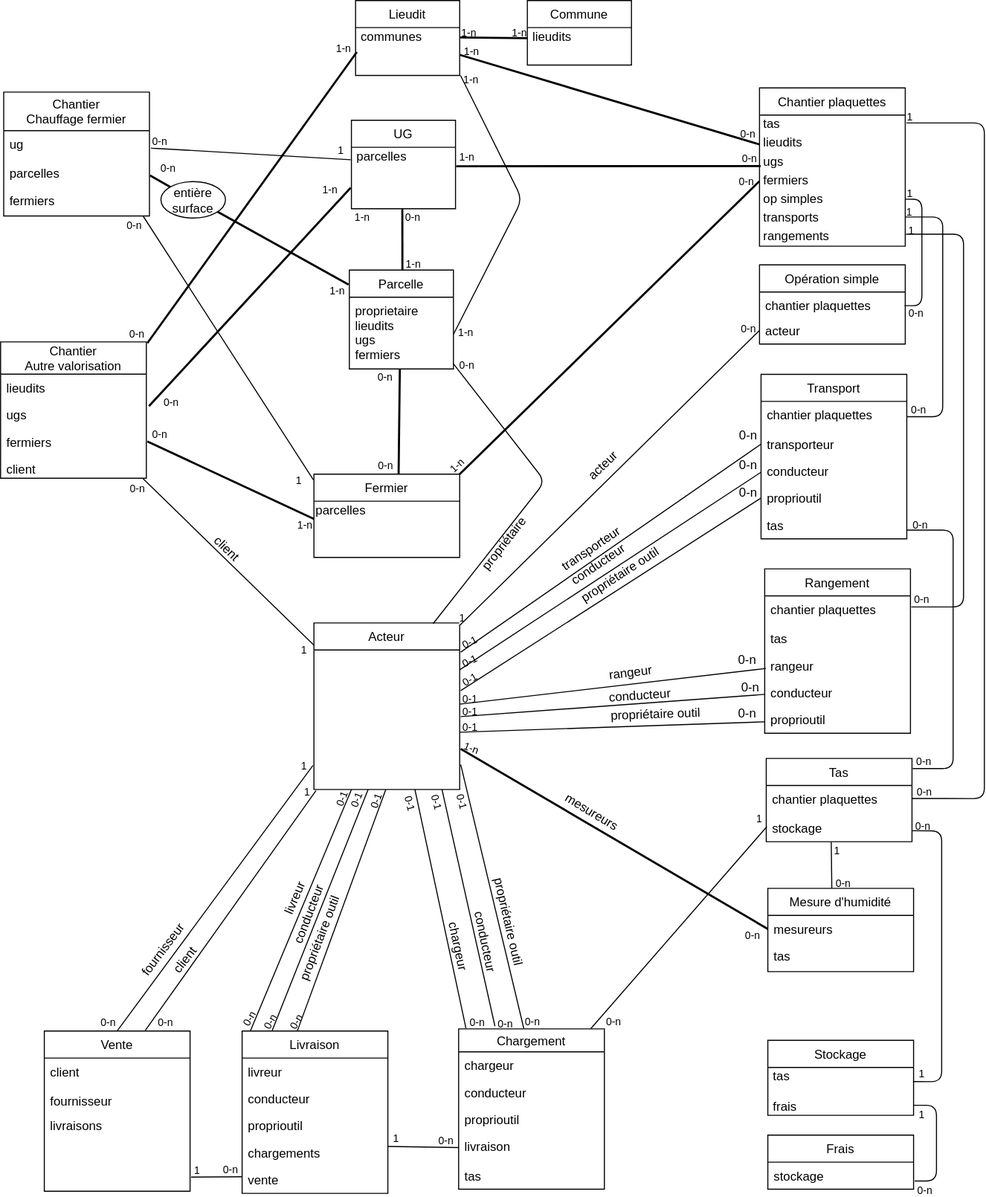
bdlarzac/chantiers keeps this draw.io diagram as doc/schema-bdd-bdl.svg. Above is the earlier version. Source tidied: cells renumbered, new cells last; positions are measured from the earlier drawing's top-left corner, leaving out a move shared by most shapes.
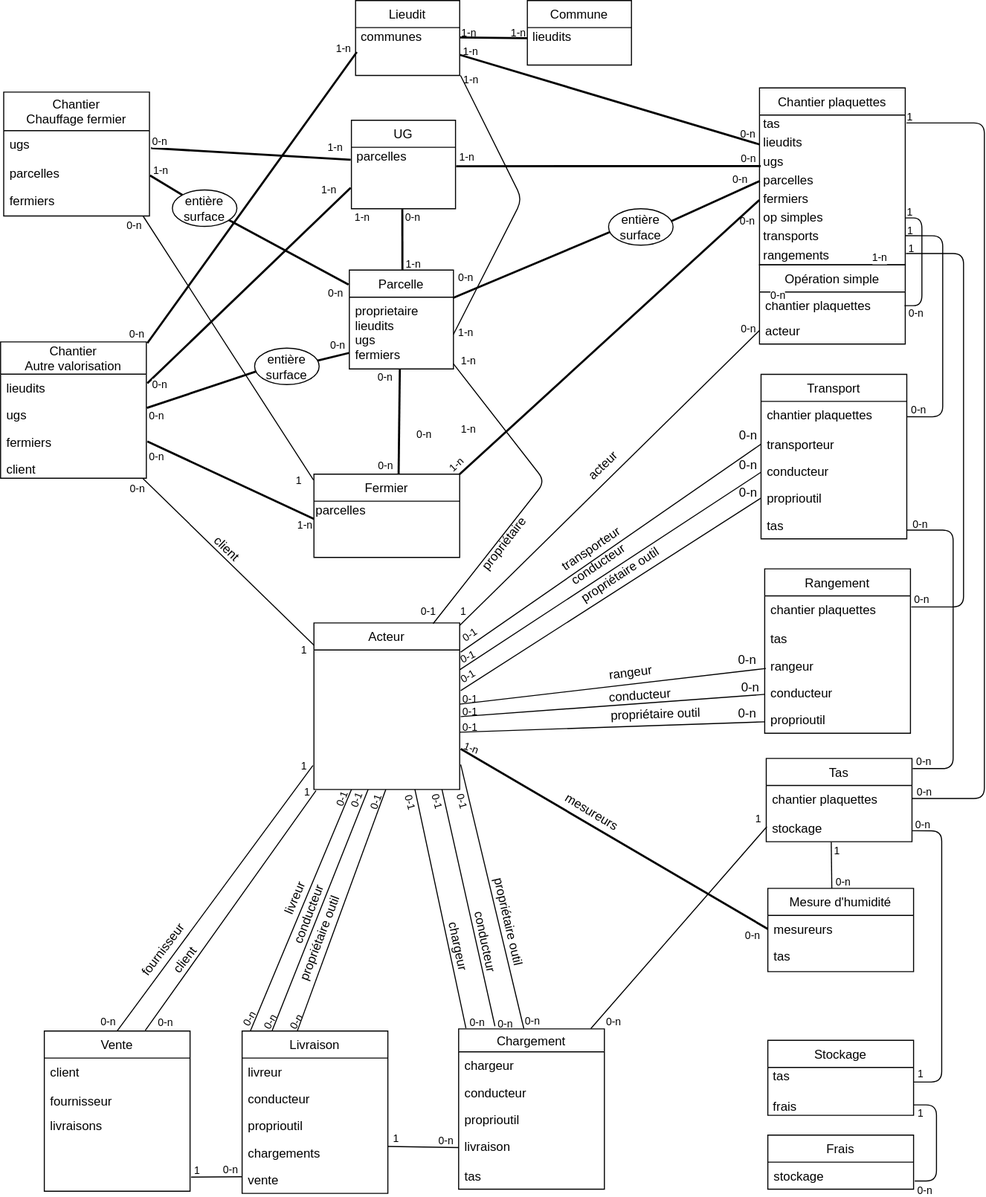
After the commit.

What changed in the source:
```diff
@@ -18,12 +18,12 @@
       </mxGeometry>
     </mxCell>
     <mxCell id="5" value="0-1" style="html=1;align=left;verticalAlign=bottom;labelBackgroundColor=#ffffff;fontSize=10;rotation=329;" parent="1" vertex="1">
-      <mxGeometry x="440" y="650" as="geometry">
+      <mxGeometry x="438" y="647" as="geometry">
         <mxPoint x="-1" y="16" as="offset" />
       </mxGeometry>
     </mxCell>
     <mxCell id="6" value="0-1" style="html=1;align=left;verticalAlign=bottom;labelBackgroundColor=#ffffff;fontSize=10;rotation=334;" parent="1" vertex="1">
-      <mxGeometry x="440" y="631" as="geometry">
+      <mxGeometry x="438" y="627" as="geometry">
         <mxPoint x="-1" y="16" as="offset" />
       </mxGeometry>
     </mxCell>
@@ -122,7 +122,7 @@
     </mxCell>
     <mxCell id="28" value="0-n" style="html=1;align=left;verticalAlign=bottom;labelBackgroundColor=none;fontSize=10;" parent="27" vertex="1">
       <mxGeometry x="-1" relative="1" as="geometry">
-        <mxPoint x="3.2" y="1.7" as="offset" />
+        <mxPoint y="23" as="offset" />
       </mxGeometry>
     </mxCell>
     <mxCell id="29" value="1-n" style="html=1;align=right;verticalAlign=bottom;labelBackgroundColor=none;fontSize=10;" parent="27" vertex="1">
@@ -130,7 +130,7 @@
         <mxPoint x="-1.1" y="14.3" as="offset" />
       </mxGeometry>
     </mxCell>
-    <mxCell id="30" style="endArrow=none;html=1;strokeWidth=1;exitX=1.011;exitY=0.599;exitDx=0;exitDy=0;exitPerimeter=0;entryX=-0.007;entryY=0.203;entryDx=0;entryDy=0;entryPerimeter=0;" parent="1" edge="1" source="131" target="142">
+    <mxCell id="30" style="endArrow=none;html=1;strokeWidth=2;exitX=1.011;exitY=0.599;exitDx=0;exitDy=0;exitPerimeter=0;entryX=-0.007;entryY=0.203;entryDx=0;entryDy=0;entryPerimeter=0;" parent="1" edge="1" source="131" target="142">
       <mxGeometry relative="1" as="geometry" />
     </mxCell>
     <mxCell id="31" value="0-n" style="html=1;align=left;verticalAlign=bottom;labelBackgroundColor=#ffffff;fontSize=10;" parent="30" vertex="1">
@@ -138,9 +138,9 @@
         <mxPoint x="-0.5" y="1.2" as="offset" />
       </mxGeometry>
     </mxCell>
-    <mxCell id="32" value="1" style="html=1;align=right;verticalAlign=bottom;labelBackgroundColor=#ffffff;fontSize=10;" parent="30" vertex="1">
+    <mxCell id="32" value="1-n" style="html=1;align=right;verticalAlign=bottom;labelBackgroundColor=#ffffff;fontSize=10;" parent="30" vertex="1">
       <mxGeometry x="1" relative="1" as="geometry">
-        <mxPoint x="-6.4" y="-1.4" as="offset" />
+        <mxPoint x="-7" y="-4" as="offset" />
       </mxGeometry>
     </mxCell>
     <mxCell id="33" style="endArrow=none;html=1;strokeWidth=2;entryX=-0.008;entryY=0.146;entryDx=0;entryDy=0;entryPerimeter=0;exitX=0.866;exitY=0.816;exitDx=0;exitDy=0;exitPerimeter=0;" parent="1" edge="1" source="127" target="139">
@@ -148,12 +148,12 @@
     </mxCell>
     <mxCell id="34" value="0-n" style="html=1;align=left;verticalAlign=bottom;labelBackgroundColor=#ffffff;fontSize=10;" parent="33" vertex="1">
       <mxGeometry x="-1" relative="1" as="geometry">
-        <mxPoint x="231.3" y="155.4" as="offset" />
+        <mxPoint x="94" y="79" as="offset" />
       </mxGeometry>
     </mxCell>
     <mxCell id="35" value="1-n" style="html=1;align=right;verticalAlign=bottom;labelBackgroundColor=#ffffff;fontSize=10;" parent="33" vertex="1">
       <mxGeometry x="1" relative="1" as="geometry">
-        <mxPoint x="-3.5" y="14" as="offset" />
+        <mxPoint x="123" y="82" as="offset" />
       </mxGeometry>
     </mxCell>
     <mxCell id="36" style="endArrow=none;html=1;strokeWidth=2;entryX=0;entryY=0.5;entryDx=0;entryDy=0;" parent="1" edge="1" target="188">
@@ -174,7 +174,7 @@
     <mxCell id="39" style="endArrow=none;html=1;strokeWidth=1;edgeStyle=orthogonalEdgeStyle;entryX=0.995;entryY=0.549;entryDx=0;entryDy=0;entryPerimeter=0;exitX=0.999;exitY=0.492;exitDx=0;exitDy=0;exitPerimeter=0;" parent="1" edge="1" source="184" target="177">
       <mxGeometry relative="1" as="geometry">
         <Array as="points">
-          <mxPoint x="885" y="191" />
+          <mxPoint x="885" y="209" />
           <mxPoint x="885" y="293" />
         </Array>
       </mxGeometry>
@@ -193,7 +193,7 @@
       <mxGeometry relative="1" as="geometry">
         <Array as="points">
           <mxPoint x="905" y="400" />
-          <mxPoint x="905" y="208" />
+          <mxPoint x="905" y="226" />
         </Array>
       </mxGeometry>
     </mxCell>
@@ -304,8 +304,8 @@
         <mxPoint x="-19" y="8.3" as="offset" />
       </mxGeometry>
     </mxCell>
-    <mxCell id="65" value="0-1" style="html=1;align=left;verticalAlign=bottom;labelBackgroundColor=#ffffff;fontSize=10;rotation=334;" parent="1" vertex="1">
-      <mxGeometry x="440" y="613" as="geometry">
+    <mxCell id="65" value="0-1" style="html=1;align=left;verticalAlign=bottom;labelBackgroundColor=#ffffff;fontSize=10;rotation=326;" parent="1" vertex="1">
+      <mxGeometry x="440" y="607" as="geometry">
         <mxPoint x="-1" y="16" as="offset" />
       </mxGeometry>
     </mxCell>
@@ -389,7 +389,7 @@
       </mxGeometry>
     </mxCell>
     <mxCell id="87" value="1" style="html=1;align=left;verticalAlign=bottom;labelBackgroundColor=#ffffff;fontSize=10;" parent="1" vertex="1">
-      <mxGeometry x="440" y="585" as="geometry">
+      <mxGeometry x="441" y="579" as="geometry">
         <mxPoint x="-1" y="16" as="offset" />
       </mxGeometry>
     </mxCell>
@@ -404,9 +404,9 @@
     <mxCell id="90" style="endArrow=none;html=1;strokeWidth=1;edgeStyle=orthogonalEdgeStyle;exitX=1.006;exitY=0.379;exitDx=0;exitDy=0;exitPerimeter=0;entryX=1.005;entryY=0.362;entryDx=0;entryDy=0;entryPerimeter=0;" parent="1" edge="1" source="191" target="186">
       <mxGeometry relative="1" as="geometry">
         <Array as="points">
-          <mxPoint x="925" y="582" />
-          <mxPoint x="925" y="225" />
-          <mxPoint x="870" y="225" />
+          <mxPoint x="925" y="583" />
+          <mxPoint x="925" y="243" />
+          <mxPoint x="870" y="243" />
         </Array>
       </mxGeometry>
     </mxCell>
@@ -533,7 +533,7 @@
     </mxCell>
     <mxCell id="120" value="0-n" style="html=1;align=right;verticalAlign=bottom;labelBackgroundColor=none;fontSize=10;" parent="118" vertex="1">
       <mxGeometry x="1" relative="1" as="geometry">
-        <mxPoint x="-4.8" y="8.2" as="offset" />
+        <mxPoint x="-4" y="29" as="offset" />
       </mxGeometry>
     </mxCell>
     <mxCell id="121" style="endArrow=none;html=1;strokeWidth=1;exitX=1.005;exitY=0.122;exitDx=0;exitDy=0;exitPerimeter=0;edgeStyle=orthogonalEdgeStyle;entryX=1.002;entryY=0.677;entryDx=0;entryDy=0;entryPerimeter=0;" parent="1" edge="1" source="173" target="172">
@@ -574,20 +574,20 @@
       </mxGeometry>
     </mxCell>
     <mxCell id="127" value="entière&lt;br&gt;surface" style="ellipse;whiteSpace=wrap;html=1;labelBackgroundColor=none;" parent="1" vertex="1">
-      <mxGeometry x="154" y="174" width="62" height="35" as="geometry" />
+      <mxGeometry x="165" y="182" width="62" height="35" as="geometry" />
     </mxCell>
     <mxCell id="128" style="endArrow=none;html=1;strokeWidth=2;exitX=1.004;exitY=0.578;exitDx=0;exitDy=0;exitPerimeter=0;" parent="1" edge="1" source="132" target="127">
       <mxGeometry relative="1" as="geometry" />
     </mxCell>
-    <mxCell id="129" value="0-n" style="html=1;align=left;verticalAlign=bottom;labelBackgroundColor=none;fontSize=10;" parent="128" vertex="1">
+    <mxCell id="129" value="1-n" style="html=1;align=left;verticalAlign=bottom;labelBackgroundColor=none;fontSize=10;" parent="128" vertex="1">
       <mxGeometry x="-1" relative="1" as="geometry">
-        <mxPoint x="8.4" y="1" as="offset" />
+        <mxPoint x="1" y="3" as="offset" />
       </mxGeometry>
     </mxCell>
     <mxCell id="130" value="Chantier&#10;Chauffage fermier" style="swimlane;fontStyle=0;horizontal=1;startSize=37;fillColor=none;" parent="1" vertex="1">
       <mxGeometry x="3" y="88" width="140" height="119" as="geometry" />
     </mxCell>
-    <mxCell id="131" value="ug" style="text;strokeColor=none;fillColor=none;align=left;verticalAlign=top;spacingLeft=4;spacingRight=4;overflow=hidden;points=[[0,0.5],[1,0.5]];portConstraint=eastwest;" parent="130" vertex="1">
+    <mxCell id="131" value="ugs" style="text;strokeColor=none;fillColor=none;align=left;verticalAlign=top;spacingLeft=4;spacingRight=4;overflow=hidden;points=[[0,0.5],[1,0.5]];portConstraint=eastwest;" parent="130" vertex="1">
       <mxGeometry y="37" width="140" height="28" as="geometry" />
     </mxCell>
     <mxCell id="132" value="parcelles" style="text;strokeColor=none;fillColor=none;align=left;verticalAlign=top;spacingLeft=4;spacingRight=4;overflow=hidden;points=[[0,0.5],[1,0.5]];portConstraint=eastwest;" parent="130" vertex="1">
@@ -638,12 +638,12 @@
     <mxCell id="147" value="&amp;nbsp;&amp;nbsp;" style="text;html=1;align=left;verticalAlign=middle;" parent="145" vertex="1">
       <mxGeometry y="44" width="100" height="18" as="geometry" />
     </mxCell>
-    <mxCell id="148" style="endArrow=none;html=1;strokeWidth=2;exitX=1.018;exitY=0.181;exitDx=0;exitDy=0;exitPerimeter=0;entryX=-0.007;entryY=0.659;entryDx=0;entryDy=0;entryPerimeter=0;" parent="1" edge="1" source="136" target="142">
+    <mxCell id="148" style="endArrow=none;html=1;strokeWidth=2;exitX=1.007;exitY=0.333;exitDx=0;exitDy=0;exitPerimeter=0;entryX=-0.007;entryY=0.659;entryDx=0;entryDy=0;entryPerimeter=0;" parent="1" edge="1" source="135" target="142">
       <mxGeometry relative="1" as="geometry" />
     </mxCell>
     <mxCell id="149" value="0-n" style="html=1;align=left;verticalAlign=bottom;labelBackgroundColor=#ffffff;fontSize=10;" parent="148" vertex="1">
       <mxGeometry x="-1" relative="1" as="geometry">
-        <mxPoint x="12.1" y="4.7" as="offset" />
+        <mxPoint x="3" y="10" as="offset" />
       </mxGeometry>
     </mxCell>
     <mxCell id="150" value="1-n" style="html=1;align=right;verticalAlign=bottom;labelBackgroundColor=none;fontSize=10;" parent="148" vertex="1">
@@ -736,7 +736,7 @@
       <mxGeometry y="50" width="140" height="26" as="geometry" />
     </mxCell>
     <mxCell id="179" value="Chantier plaquettes" style="swimlane;fontStyle=0;horizontal=1;startSize=26;fillColor=none;" parent="1" vertex="1">
-      <mxGeometry x="729" y="84" width="140" height="152" as="geometry" />
+      <mxGeometry x="729" y="84" width="140" height="170" as="geometry" />
     </mxCell>
     <mxCell id="180" value="tas" style="text;html=1;align=left;verticalAlign=middle;points=[];spacingLeft=2;" parent="179" vertex="1">
       <mxGeometry y="26" width="140" height="18" as="geometry" />
@@ -747,17 +747,20 @@
     <mxCell id="182" value="ugs" style="text;html=1;align=left;verticalAlign=middle;points=[];spacingLeft=2;" parent="179" vertex="1">
       <mxGeometry y="62" width="140" height="18" as="geometry" />
     </mxCell>
+    <mxCell id="220" value="parcelles" style="text;html=1;align=left;verticalAlign=middle;points=[];spacingLeft=2;" parent="179" vertex="1">
+      <mxGeometry y="80" width="140" height="18" as="geometry" />
+    </mxCell>
     <mxCell id="183" value="fermiers" style="text;html=1;align=left;verticalAlign=middle;points=[];spacingLeft=2;" parent="179" vertex="1">
-      <mxGeometry y="80" width="140" height="18" as="geometry" />
+      <mxGeometry y="98" width="140" height="18" as="geometry" />
     </mxCell>
     <mxCell id="184" value="op simples" style="text;html=1;align=left;verticalAlign=middle;points=[];spacingLeft=2;" parent="179" vertex="1">
-      <mxGeometry y="98" width="140" height="18" as="geometry" />
+      <mxGeometry y="116" width="140" height="18" as="geometry" />
     </mxCell>
     <mxCell id="185" value="transports" style="text;html=1;align=left;verticalAlign=middle;points=[];spacingLeft=2;" parent="179" vertex="1">
-      <mxGeometry y="116" width="140" height="18" as="geometry" />
+      <mxGeometry y="134" width="140" height="18" as="geometry" />
     </mxCell>
     <mxCell id="186" value="rangements" style="text;html=1;align=left;verticalAlign=middle;points=[];spacingLeft=2;" parent="179" vertex="1">
-      <mxGeometry y="134" width="140" height="18" as="geometry" />
+      <mxGeometry y="152" width="140" height="18" as="geometry" />
     </mxCell>
     <mxCell id="187" value="Mesure d'humidité" style="swimlane;fontStyle=0;horizontal=1;startSize=26;fillColor=none;" parent="1" vertex="1">
       <mxGeometry x="737" y="853" width="140" height="80" as="geometry" />
@@ -879,5 +882,62 @@
         <mxPoint x="1.7" y="-1" as="offset" />
       </mxGeometry>
     </mxCell>
+    <mxCell id="221" value="0-1" style="html=1;align=left;verticalAlign=bottom;labelBackgroundColor=none;fontSize=10;direction=south;" parent="1" vertex="1">
+      <mxGeometry x="402" y="595" as="geometry" />
+    </mxCell>
+    <mxCell id="222" style="endArrow=none;html=1;strokeWidth=2;entryX=-0.004;entryY=0.777;entryDx=0;entryDy=0;entryPerimeter=0;exitX=0.971;exitY=0.343;exitDx=0;exitDy=0;exitPerimeter=0;" parent="1" edge="1" source="225" target="140">
+      <mxGeometry relative="1" as="geometry" />
+    </mxCell>
+    <mxCell id="223" value="0-n" style="html=1;align=left;verticalAlign=bottom;labelBackgroundColor=#ffffff;fontSize=10;" parent="222" vertex="1">
+      <mxGeometry x="-1" relative="1" as="geometry">
+        <mxPoint x="94" y="79" as="offset" />
+      </mxGeometry>
+    </mxCell>
+    <mxCell id="224" value="1-n" style="html=1;align=right;verticalAlign=bottom;labelBackgroundColor=#ffffff;fontSize=10;" parent="222" vertex="1">
+      <mxGeometry x="1" relative="1" as="geometry">
+        <mxPoint x="123" y="82" as="offset" />
+      </mxGeometry>
+    </mxCell>
+    <mxCell id="225" value="entière&lt;br&gt;surface" style="ellipse;whiteSpace=wrap;html=1;labelBackgroundColor=none;" parent="1" vertex="1">
+      <mxGeometry x="244" y="334" width="62" height="35" as="geometry" />
+    </mxCell>
+    <mxCell id="226" style="endArrow=none;html=1;strokeWidth=2;exitX=1.004;exitY=0.246;exitDx=0;exitDy=0;exitPerimeter=0;entryX=0.023;entryY=0.64;entryDx=0;entryDy=0;entryPerimeter=0;" parent="1" edge="1" source="136" target="225">
+      <mxGeometry relative="1" as="geometry" />
+    </mxCell>
+    <mxCell id="227" value="0-n" style="html=1;align=left;verticalAlign=bottom;labelBackgroundColor=none;fontSize=10;" parent="226" vertex="1">
+      <mxGeometry x="-1" relative="1" as="geometry">
+        <mxPoint y="16" as="offset" />
+      </mxGeometry>
+    </mxCell>
+    <mxCell id="228" value="0-n" style="html=1;align=left;verticalAlign=bottom;labelBackgroundColor=#ffffff;fontSize=10;" parent="1" vertex="1">
+      <mxGeometry x="315" y="339" as="geometry" />
+    </mxCell>
+    <mxCell id="229" style="endArrow=none;html=1;strokeWidth=2;entryX=0.002;entryY=0.521;entryDx=0;entryDy=0;entryPerimeter=0;exitX=0.971;exitY=0.343;exitDx=0;exitDy=0;exitPerimeter=0;" parent="1" edge="1" source="232" target="220">
+      <mxGeometry relative="1" as="geometry" />
+    </mxCell>
+    <mxCell id="230" value="0-n" style="html=1;align=left;verticalAlign=bottom;labelBackgroundColor=#ffffff;fontSize=10;" parent="229" vertex="1">
+      <mxGeometry x="-1" relative="1" as="geometry">
+        <mxPoint x="94" y="79" as="offset" />
+      </mxGeometry>
+    </mxCell>
+    <mxCell id="231" value="1-n" style="html=1;align=right;verticalAlign=bottom;labelBackgroundColor=#ffffff;fontSize=10;" parent="229" vertex="1">
+      <mxGeometry x="1" relative="1" as="geometry">
+        <mxPoint x="123" y="82" as="offset" />
+      </mxGeometry>
+    </mxCell>
+    <mxCell id="232" value="entière&lt;br&gt;surface" style="ellipse;whiteSpace=wrap;html=1;labelBackgroundColor=none;" parent="1" vertex="1">
+      <mxGeometry x="584" y="200" width="62" height="35" as="geometry" />
+    </mxCell>
+    <mxCell id="233" style="endArrow=none;html=1;strokeWidth=2;entryX=0.023;entryY=0.64;entryDx=0;entryDy=0;entryPerimeter=0;" parent="1" edge="1" source="139" target="232">
+      <mxGeometry relative="1" as="geometry" />
+    </mxCell>
+    <mxCell id="234" value="0-n" style="html=1;align=left;verticalAlign=bottom;labelBackgroundColor=none;fontSize=10;" parent="233" vertex="1">
+      <mxGeometry x="-1" relative="1" as="geometry">
+        <mxPoint x="3" y="-11" as="offset" />
+      </mxGeometry>
+    </mxCell>
+    <mxCell id="235" value="0-n" style="html=1;align=right;verticalAlign=bottom;labelBackgroundColor=none;fontSize=10;" parent="1" vertex="1">
+      <mxGeometry x="718" y="180" as="geometry" />
+    </mxCell>
   </root>
 </mxGraphModel>
```
